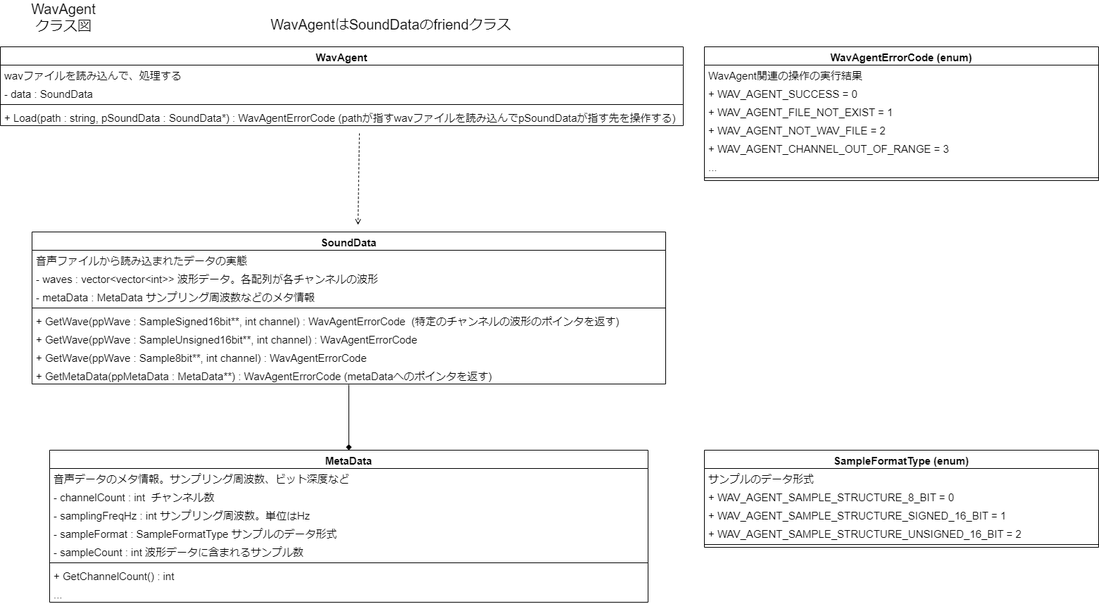
Dumble009/WavAgent keeps this draw.io diagram as design/WavAgentClassDiagram.png. Above is the earlier version. Source tidied: cells renumbered, new cells last; positions are measured from the earlier drawing's top-left corner, leaving out a move shared by most shapes.
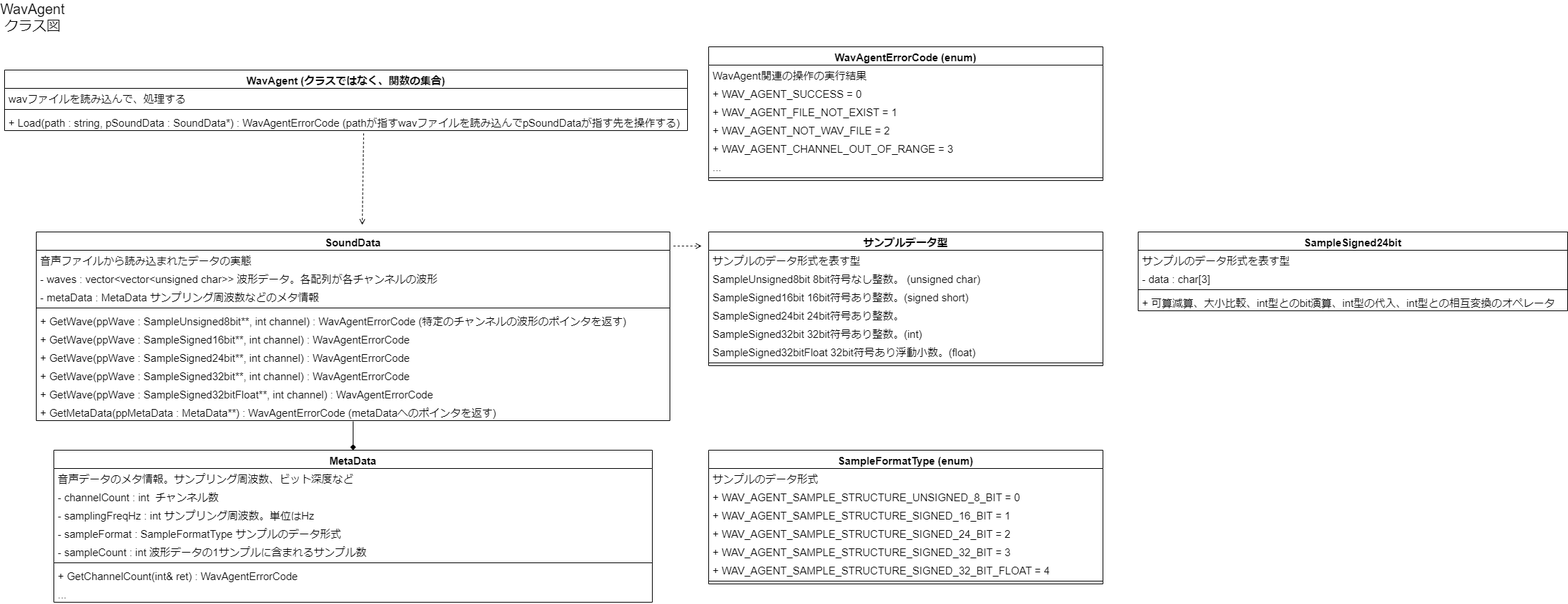
Later version of the same file.

Commit message:
設計を変更し、WavAgentをクラスとして提供せず、Load関数だけ提供するようにした。 FbxAgentとは違い、事前のセットアップや状態を保持したりする必要が無いため。

Change to the diagram source:
```diff
@@ -3,7 +3,7 @@
     <mxCell id="0" />
     <mxCell id="1" parent="0" />
     <mxCell id="2" value="WavAgentクラス図" style="text;html=1;strokeColor=none;fillColor=none;align=center;verticalAlign=middle;whiteSpace=wrap;rounded=0;fontSize=20;" parent="1" vertex="1">
-      <mxGeometry x="60" width="60" height="30" as="geometry" />
+      <mxGeometry x="10" width="60" height="30" as="geometry" />
     </mxCell>
     <mxCell id="3" style="endArrow=open;html=1;rounded=0;fontSize=15;endFill=0;entryX=0.5;entryY=0;entryDx=0;entryDy=0;dashed=1;" parent="1" edge="1">
       <mxGeometry relative="1" as="geometry">
@@ -11,28 +11,25 @@
         <mxPoint x="508" y="310" as="targetPoint" />
       </mxGeometry>
     </mxCell>
-    <mxCell id="4" value="WavAgent" style="swimlane;fontStyle=1;align=center;verticalAlign=top;horizontal=1;startSize=26;fontSize=15;" parent="1" vertex="1">
-      <mxGeometry y="57" width="970" height="112" as="geometry" />
+    <mxCell id="4" value="WavAgent (クラスではなく、関数の集合)" style="swimlane;fontStyle=1;align=center;verticalAlign=top;horizontal=1;startSize=26;fontSize=15;" parent="1" vertex="1">
+      <mxGeometry y="90" width="970" height="86" as="geometry" />
     </mxCell>
     <mxCell id="5" value="wavファイルを読み込んで、処理する" style="text;strokeColor=none;fillColor=none;align=left;verticalAlign=top;spacingLeft=4;spacingRight=4;overflow=hidden;fontSize=15;" parent="4" vertex="1">
       <mxGeometry y="26" width="970" height="26" as="geometry" />
     </mxCell>
-    <mxCell id="6" value="- data : SoundData" style="text;strokeColor=none;fillColor=none;align=left;verticalAlign=top;spacingLeft=4;spacingRight=4;overflow=hidden;fontSize=15;" parent="4" vertex="1">
-      <mxGeometry y="52" width="970" height="26" as="geometry" />
-    </mxCell>
     <mxCell id="7" style="line;strokeWidth=1;fillColor=none;align=left;verticalAlign=middle;spacingTop=-1;spacingLeft=3;spacingRight=3;labelPosition=right;fontSize=15;" parent="4" vertex="1">
-      <mxGeometry y="78" width="970" height="8" as="geometry" />
+      <mxGeometry y="52" width="970" height="8" as="geometry" />
     </mxCell>
     <mxCell id="8" value="+ Load(path : string, pSoundData : SoundData*) : WavAgentErrorCode (pathが指すwavファイルを読み込んでpSoundDataが指す先を操作する)" style="text;strokeColor=none;fillColor=none;align=left;verticalAlign=top;spacingLeft=4;spacingRight=4;overflow=hidden;fontSize=15;" parent="4" vertex="1">
-      <mxGeometry y="86" width="970" height="26" as="geometry" />
+      <mxGeometry y="60" width="970" height="26" as="geometry" />
     </mxCell>
     <mxCell id="9" value="SoundData" style="swimlane;fontStyle=1;align=center;verticalAlign=top;horizontal=1;startSize=26;fontSize=15;" parent="1" vertex="1">
-      <mxGeometry x="45" y="320" width="900" height="216" as="geometry" />
+      <mxGeometry x="45" y="320" width="900" height="268" as="geometry" />
     </mxCell>
     <mxCell id="10" value="音声ファイルから読み込まれたデータの実態" style="text;strokeColor=none;fillColor=none;align=left;verticalAlign=top;spacingLeft=4;spacingRight=4;overflow=hidden;fontSize=15;" parent="9" vertex="1">
       <mxGeometry y="26" width="900" height="26" as="geometry" />
     </mxCell>
-    <mxCell id="11" value="- waves : vector&lt;vector&lt;int&gt;&gt; 波形データ。各配列が各チャンネルの波形" style="text;strokeColor=none;fillColor=none;align=left;verticalAlign=top;spacingLeft=4;spacingRight=4;overflow=hidden;fontSize=15;" parent="9" vertex="1">
+    <mxCell id="11" value="- waves : vector&lt;vector&lt;unsigned char&gt;&gt; 波形データ。各配列が各チャンネルの波形" style="text;strokeColor=none;fillColor=none;align=left;verticalAlign=top;spacingLeft=4;spacingRight=4;overflow=hidden;fontSize=15;" parent="9" vertex="1">
       <mxGeometry y="52" width="900" height="26" as="geometry" />
     </mxCell>
     <mxCell id="12" value="- metaData : MetaData サンプリング周波数などのメタ情報" style="text;strokeColor=none;fillColor=none;align=left;verticalAlign=top;spacingLeft=4;spacingRight=4;overflow=hidden;fontSize=15;" parent="9" vertex="1">
@@ -41,17 +38,23 @@
     <mxCell id="13" style="line;strokeWidth=1;fillColor=none;align=left;verticalAlign=middle;spacingTop=-1;spacingLeft=3;spacingRight=3;labelPosition=right;fontSize=15;" parent="9" vertex="1">
       <mxGeometry y="104" width="900" height="8" as="geometry" />
     </mxCell>
+    <mxCell id="16" value="+ GetWave(ppWave : SampleUnsigned8bit**, int channel) : WavAgentErrorCode (特定のチャンネルの波形のポインタを返す)" style="text;strokeColor=none;fillColor=none;align=left;verticalAlign=top;spacingLeft=4;spacingRight=4;overflow=hidden;fontSize=15;" parent="9" vertex="1">
+      <mxGeometry y="112" width="900" height="26" as="geometry" />
+    </mxCell>
-    <mxCell id="14" value="+ GetWave(ppWave : SampleSigned16bit**, int channel) : WavAgentErrorCode  (特定のチャンネルの波形のポインタを返す)" style="text;strokeColor=none;fillColor=none;align=left;verticalAlign=top;spacingLeft=4;spacingRight=4;overflow=hidden;fontSize=15;" parent="9" vertex="1">
-      <mxGeometry y="112" width="900" height="26" as="geometry" />
+    <mxCell id="14" value="+ GetWave(ppWave : SampleSigned16bit**, int channel) : WavAgentErrorCode  " style="text;strokeColor=none;fillColor=none;align=left;verticalAlign=top;spacingLeft=4;spacingRight=4;overflow=hidden;fontSize=15;" parent="9" vertex="1">
+      <mxGeometry y="138" width="900" height="26" as="geometry" />
     </mxCell>
-    <mxCell id="15" value="+ GetWave(ppWave : SampleUnsigned16bit**, int channel) : WavAgentErrorCode " style="text;strokeColor=none;fillColor=none;align=left;verticalAlign=top;spacingLeft=4;spacingRight=4;overflow=hidden;fontSize=15;" parent="9" vertex="1">
-      <mxGeometry y="138" width="900" height="26" as="geometry" />
-    </mxCell>
-    <mxCell id="16" value="+ GetWave(ppWave : Sample8bit**, int channel) : WavAgentErrorCode " style="text;strokeColor=none;fillColor=none;align=left;verticalAlign=top;spacingLeft=4;spacingRight=4;overflow=hidden;fontSize=15;" parent="9" vertex="1">
-      <mxGeometry y="164" width="900" height="26" as="geometry" />
-    </mxCell>
+    <mxCell id="43" value="+ GetWave(ppWave : SampleSigned24bit**, int channel) : WavAgentErrorCode " style="text;strokeColor=none;fillColor=none;align=left;verticalAlign=top;spacingLeft=4;spacingRight=4;overflow=hidden;fontSize=15;" parent="9" vertex="1">
+      <mxGeometry y="164" width="900" height="26" as="geometry" />
+    </mxCell>
+    <mxCell id="44" value="+ GetWave(ppWave : SampleSigned32bit**, int channel) : WavAgentErrorCode  " style="text;strokeColor=none;fillColor=none;align=left;verticalAlign=top;spacingLeft=4;spacingRight=4;overflow=hidden;fontSize=15;" parent="9" vertex="1">
+      <mxGeometry y="190" width="900" height="26" as="geometry" />
+    </mxCell>
+    <mxCell id="45" value="+ GetWave(ppWave : SampleSigned32bitFloat**, int channel) : WavAgentErrorCode  " style="text;strokeColor=none;fillColor=none;align=left;verticalAlign=top;spacingLeft=4;spacingRight=4;overflow=hidden;fontSize=15;" parent="9" vertex="1">
+      <mxGeometry y="216" width="900" height="26" as="geometry" />
+    </mxCell>
     <mxCell id="17" value="+ GetMetaData(ppMetaData : MetaData**) : WavAgentErrorCode (metaDataへのポインタを返す)" style="text;strokeColor=none;fillColor=none;align=left;verticalAlign=top;spacingLeft=4;spacingRight=4;overflow=hidden;points=[[0,0.5],[1,0.5]];portConstraint=eastwest;fontSize=15;" parent="9" vertex="1">
-      <mxGeometry y="190" width="900" height="26" as="geometry" />
+      <mxGeometry y="242" width="900" height="26" as="geometry" />
     </mxCell>
     <mxCell id="18" value="MetaData" style="swimlane;fontStyle=1;align=center;verticalAlign=top;horizontal=1;startSize=26;fontSize=15;" parent="1" vertex="1">
       <mxGeometry x="70" y="630" width="850" height="216" as="geometry" />
@@ -68,13 +71,13 @@
     <mxCell id="22" value="- sampleFormat : SampleFormatType サンプルのデータ形式" style="text;strokeColor=none;fillColor=none;align=left;verticalAlign=top;spacingLeft=4;spacingRight=4;overflow=hidden;fontSize=15;" parent="18" vertex="1">
       <mxGeometry y="104" width="850" height="26" as="geometry" />
     </mxCell>
-    <mxCell id="23" value="- sampleCount : int 波形データに含まれるサンプル数" style="text;strokeColor=none;fillColor=none;align=left;verticalAlign=top;spacingLeft=4;spacingRight=4;overflow=hidden;fontSize=15;" parent="18" vertex="1">
+    <mxCell id="23" value="- sampleCount : int 波形データの1サンプルに含まれるサンプル数" style="text;strokeColor=none;fillColor=none;align=left;verticalAlign=top;spacingLeft=4;spacingRight=4;overflow=hidden;fontSize=15;" parent="18" vertex="1">
       <mxGeometry y="130" width="850" height="26" as="geometry" />
     </mxCell>
     <mxCell id="24" style="line;strokeWidth=1;fillColor=none;align=left;verticalAlign=middle;spacingTop=-1;spacingLeft=3;spacingRight=3;labelPosition=right;fontSize=15;" parent="18" vertex="1">
       <mxGeometry y="156" width="850" height="8" as="geometry" />
     </mxCell>
-    <mxCell id="25" value="+ GetChannelCount() : int" style="text;strokeColor=none;fillColor=none;align=left;verticalAlign=top;spacingLeft=4;spacingRight=4;overflow=hidden;fontSize=15;" parent="18" vertex="1">
+    <mxCell id="25" value="+ GetChannelCount(int&amp; ret) : WavAgentErrorCode" style="text;strokeColor=none;fillColor=none;align=left;verticalAlign=top;spacingLeft=4;spacingRight=4;overflow=hidden;fontSize=15;" parent="18" vertex="1">
       <mxGeometry y="164" width="850" height="26" as="geometry" />
     </mxCell>
     <mxCell id="26" value="..." style="text;strokeColor=none;fillColor=none;align=left;verticalAlign=top;spacingLeft=4;spacingRight=4;overflow=hidden;fontSize=15;" parent="18" vertex="1">
@@ -107,26 +110,74 @@
     <mxCell id="35" style="line;strokeWidth=1;fillColor=none;align=left;verticalAlign=middle;spacingTop=-1;spacingLeft=3;spacingRight=3;labelPosition=right;fontSize=15;" parent="28" vertex="1">
       <mxGeometry y="182" width="560" height="8" as="geometry" />
     </mxCell>
-    <mxCell id="36" value="WavAgentはSoundDataのfriendクラス" style="text;html=1;strokeColor=none;fillColor=none;align=center;verticalAlign=middle;whiteSpace=wrap;rounded=0;fontSize=20;" parent="1" vertex="1">
-      <mxGeometry x="360" y="10" width="390" height="30" as="geometry" />
-    </mxCell>
     <mxCell id="37" value="SampleFormatType (enum)" style="swimlane;fontStyle=1;align=center;verticalAlign=top;horizontal=1;startSize=26;fontSize=15;" parent="1" vertex="1">
-      <mxGeometry x="1000" y="630" width="560" height="138" as="geometry" />
+      <mxGeometry x="1000" y="630" width="560" height="190" as="geometry" />
     </mxCell>
     <mxCell id="38" value="サンプルのデータ形式" style="text;strokeColor=none;fillColor=none;align=left;verticalAlign=top;spacingLeft=4;spacingRight=4;overflow=hidden;fontSize=15;" parent="37" vertex="1">
       <mxGeometry y="26" width="560" height="26" as="geometry" />
     </mxCell>
-    <mxCell id="39" value="+ WAV_AGENT_SAMPLE_STRUCTURE_8_BIT = 0" style="text;strokeColor=none;fillColor=none;align=left;verticalAlign=top;spacingLeft=4;spacingRight=4;overflow=hidden;fontSize=15;" parent="37" vertex="1">
+    <mxCell id="39" value="+ WAV_AGENT_SAMPLE_STRUCTURE_UNSIGNED_8_BIT = 0" style="text;strokeColor=none;fillColor=none;align=left;verticalAlign=top;spacingLeft=4;spacingRight=4;overflow=hidden;fontSize=15;" parent="37" vertex="1">
       <mxGeometry y="52" width="560" height="26" as="geometry" />
     </mxCell>
     <mxCell id="40" value="+ WAV_AGENT_SAMPLE_STRUCTURE_SIGNED_16_BIT = 1" style="text;strokeColor=none;fillColor=none;align=left;verticalAlign=top;spacingLeft=4;spacingRight=4;overflow=hidden;fontSize=15;" parent="37" vertex="1">
       <mxGeometry y="78" width="560" height="26" as="geometry" />
     </mxCell>
-    <mxCell id="41" value="+ WAV_AGENT_SAMPLE_STRUCTURE_UNSIGNED_16_BIT = 2" style="text;strokeColor=none;fillColor=none;align=left;verticalAlign=top;spacingLeft=4;spacingRight=4;overflow=hidden;fontSize=15;" parent="37" vertex="1">
+    <mxCell id="41" value="+ WAV_AGENT_SAMPLE_STRUCTURE_SIGNED_24_BIT = 2" style="text;strokeColor=none;fillColor=none;align=left;verticalAlign=top;spacingLeft=4;spacingRight=4;overflow=hidden;fontSize=15;" parent="37" vertex="1">
       <mxGeometry y="104" width="560" height="26" as="geometry" />
     </mxCell>
+    <mxCell id="46" value="+ WAV_AGENT_SAMPLE_STRUCTURE_SIGNED_32_BIT = 3" style="text;strokeColor=none;fillColor=none;align=left;verticalAlign=top;spacingLeft=4;spacingRight=4;overflow=hidden;fontSize=15;" parent="37" vertex="1">
+      <mxGeometry y="130" width="560" height="26" as="geometry" />
+    </mxCell>
+    <mxCell id="47" value="+ WAV_AGENT_SAMPLE_STRUCTURE_SIGNED_32_BIT_FLOAT = 4" style="text;strokeColor=none;fillColor=none;align=left;verticalAlign=top;spacingLeft=4;spacingRight=4;overflow=hidden;fontSize=15;" parent="37" vertex="1">
+      <mxGeometry y="156" width="560" height="26" as="geometry" />
+    </mxCell>
     <mxCell id="42" style="line;strokeWidth=1;fillColor=none;align=left;verticalAlign=middle;spacingTop=-1;spacingLeft=3;spacingRight=3;labelPosition=right;fontSize=15;" parent="37" vertex="1">
-      <mxGeometry y="130" width="560" height="8" as="geometry" />
+      <mxGeometry y="182" width="560" height="8" as="geometry" />
     </mxCell>
+    <mxCell id="48" value="サンプルデータ型" style="swimlane;fontStyle=1;align=center;verticalAlign=top;horizontal=1;startSize=26;fontSize=15;" parent="1" vertex="1">
+      <mxGeometry x="1000" y="320" width="560" height="190" as="geometry" />
+    </mxCell>
+    <mxCell id="49" value="サンプルのデータ形式を表す型" style="text;strokeColor=none;fillColor=none;align=left;verticalAlign=top;spacingLeft=4;spacingRight=4;overflow=hidden;fontSize=15;" parent="48" vertex="1">
+      <mxGeometry y="26" width="560" height="26" as="geometry" />
+    </mxCell>
+    <mxCell id="50" value="SampleUnsigned8bit 8bit符号なし整数。 (unsigned char)" style="text;strokeColor=none;fillColor=none;align=left;verticalAlign=top;spacingLeft=4;spacingRight=4;overflow=hidden;fontSize=15;" parent="48" vertex="1">
+      <mxGeometry y="52" width="560" height="26" as="geometry" />
+    </mxCell>
+    <mxCell id="51" value="SampleSigned16bit 16bit符号あり整数。(signed short)" style="text;strokeColor=none;fillColor=none;align=left;verticalAlign=top;spacingLeft=4;spacingRight=4;overflow=hidden;fontSize=15;" parent="48" vertex="1">
+      <mxGeometry y="78" width="560" height="26" as="geometry" />
+    </mxCell>
+    <mxCell id="52" value="SampleSigned24bit 24bit符号あり整数。" style="text;strokeColor=none;fillColor=none;align=left;verticalAlign=top;spacingLeft=4;spacingRight=4;overflow=hidden;fontSize=15;" parent="48" vertex="1">
+      <mxGeometry y="104" width="560" height="26" as="geometry" />
+    </mxCell>
+    <mxCell id="53" value="SampleSigned32bit 32bit符号あり整数。(int)" style="text;strokeColor=none;fillColor=none;align=left;verticalAlign=top;spacingLeft=4;spacingRight=4;overflow=hidden;fontSize=15;" parent="48" vertex="1">
+      <mxGeometry y="130" width="560" height="26" as="geometry" />
+    </mxCell>
+    <mxCell id="54" value="SampleSigned32bitFloat 32bit符号あり浮動小数。(float)" style="text;strokeColor=none;fillColor=none;align=left;verticalAlign=top;spacingLeft=4;spacingRight=4;overflow=hidden;fontSize=15;" parent="48" vertex="1">
+      <mxGeometry y="156" width="560" height="26" as="geometry" />
+    </mxCell>
+    <mxCell id="55" style="line;strokeWidth=1;fillColor=none;align=left;verticalAlign=middle;spacingTop=-1;spacingLeft=3;spacingRight=3;labelPosition=right;fontSize=15;" parent="48" vertex="1">
+      <mxGeometry y="182" width="560" height="8" as="geometry" />
+    </mxCell>
+    <mxCell id="56" value="SampleSigned24bit" style="swimlane;fontStyle=1;align=center;verticalAlign=top;horizontal=1;startSize=26;fontSize=15;" parent="1" vertex="1">
+      <mxGeometry x="1610" y="320" width="610" height="112" as="geometry" />
+    </mxCell>
+    <mxCell id="57" value="サンプルのデータ形式を表す型" style="text;strokeColor=none;fillColor=none;align=left;verticalAlign=top;spacingLeft=4;spacingRight=4;overflow=hidden;fontSize=15;" parent="56" vertex="1">
+      <mxGeometry y="26" width="610" height="26" as="geometry" />
+    </mxCell>
+    <mxCell id="58" value="- data : char[3]" style="text;strokeColor=none;fillColor=none;align=left;verticalAlign=top;spacingLeft=4;spacingRight=4;overflow=hidden;fontSize=15;" parent="56" vertex="1">
+      <mxGeometry y="52" width="610" height="26" as="geometry" />
+    </mxCell>
+    <mxCell id="59" style="line;strokeWidth=1;fillColor=none;align=left;verticalAlign=middle;spacingTop=-1;spacingLeft=3;spacingRight=3;labelPosition=right;fontSize=15;" parent="56" vertex="1">
+      <mxGeometry y="78" width="610" height="8" as="geometry" />
+    </mxCell>
+    <mxCell id="60" value="+ 可算減算、大小比較、int型とのbit演算、int型の代入、int型との相互変換のオペレータ" style="text;strokeColor=none;fillColor=none;align=left;verticalAlign=top;spacingLeft=4;spacingRight=4;overflow=hidden;fontSize=15;" parent="56" vertex="1">
+      <mxGeometry y="86" width="610" height="26" as="geometry" />
+    </mxCell>
+    <mxCell id="61" style="endArrow=open;html=1;rounded=0;fontSize=15;endFill=0;dashed=1;" parent="1" edge="1">
+      <mxGeometry relative="1" as="geometry">
+        <mxPoint x="950" y="340" as="sourcePoint" />
+        <mxPoint x="990" y="340" as="targetPoint" />
+      </mxGeometry>
+    </mxCell>
   </root>
 </mxGraphModel>
```
